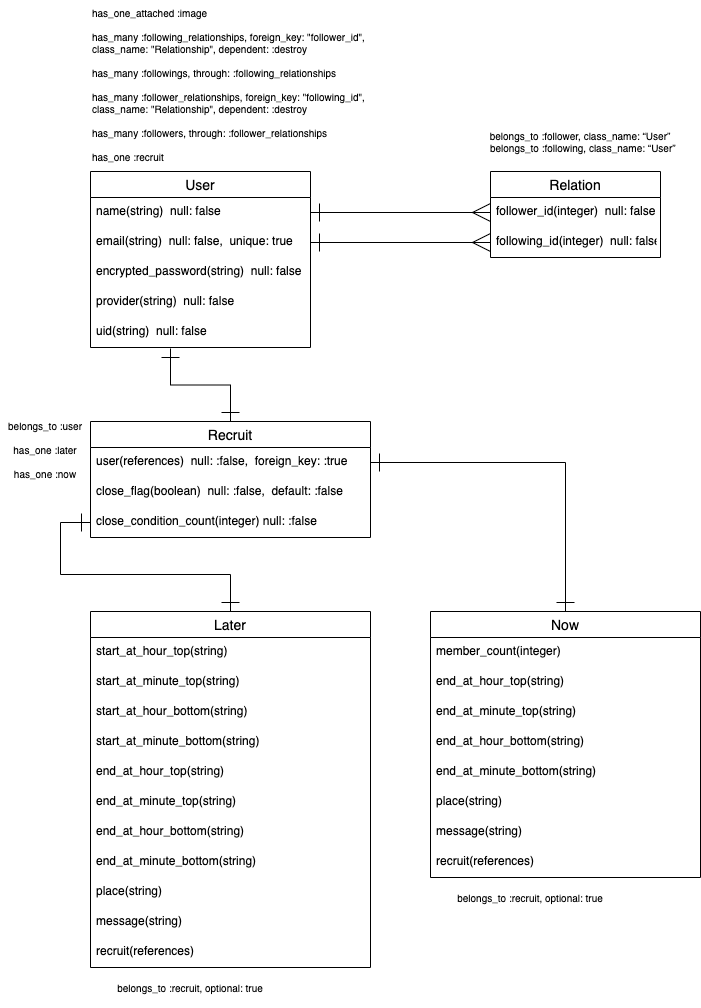
Before: er.drawio.png, a diagram exported from draw.io (moriken4320/instakt). Source tidied: cells renumbered, new cells last; positions are measured from the earlier drawing's top-left corner, leaving out a move shared by most shapes.
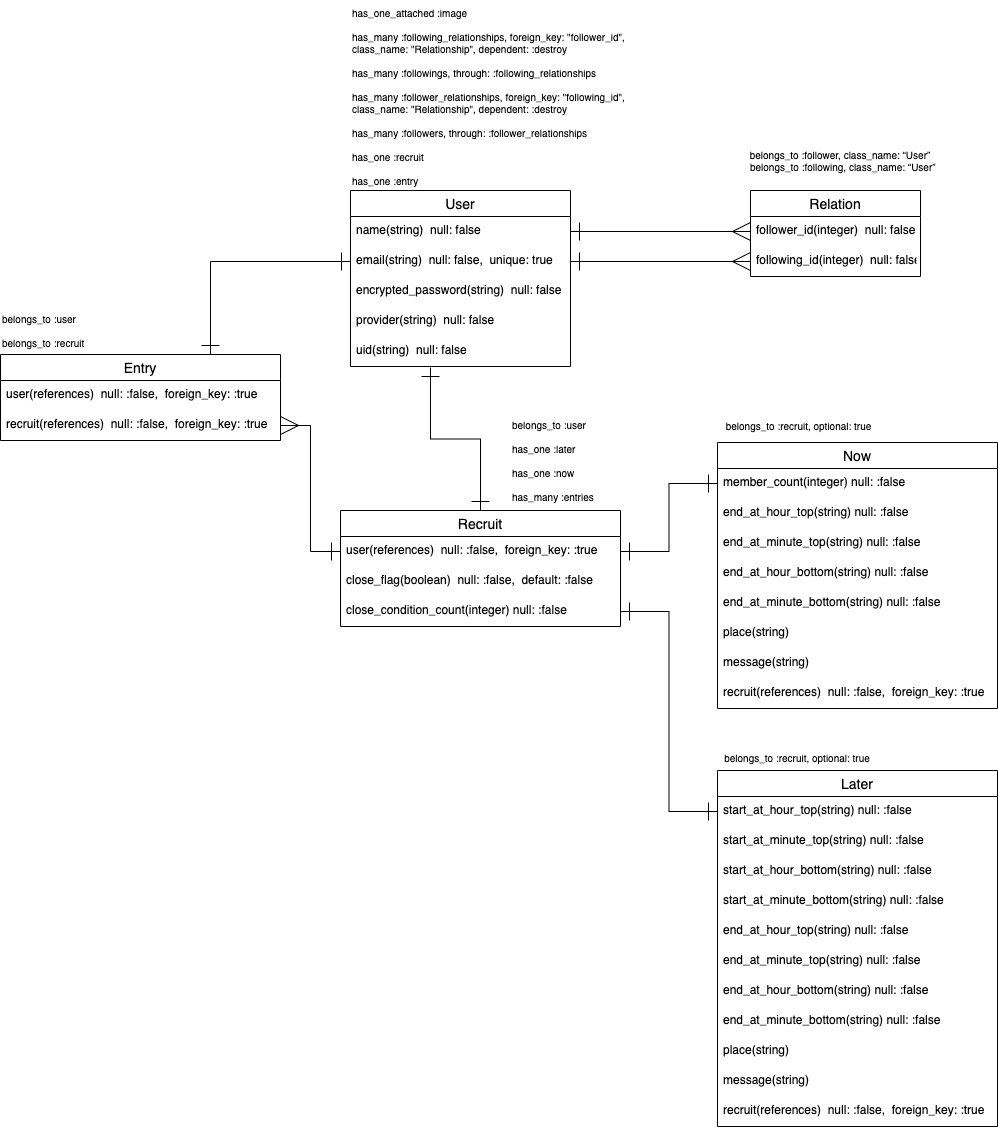
Later version of the same file.

What changed in the source:
```diff
@@ -2,8 +2,8 @@
   <root>
     <mxCell id="0" />
     <mxCell id="1" parent="0" />
-    <mxCell id="2" value="has_one_attached :image&lt;br style=&quot;font-size: 10px&quot;&gt;&lt;br style=&quot;font-size: 10px&quot;&gt;&lt;div style=&quot;font-size: 10px&quot;&gt;has_many :following_relationships, foreign_key: &quot;follower_id&quot;,&amp;nbsp;&lt;/div&gt;&lt;div style=&quot;font-size: 10px&quot;&gt;class_name: &quot;Relationship&quot;, dependent: :destroy&lt;/div&gt;&lt;div style=&quot;font-size: 10px&quot;&gt;&lt;br style=&quot;font-size: 10px&quot;&gt;&lt;/div&gt;&lt;div style=&quot;font-size: 10px&quot;&gt;has_many :followings, through: :following_relationships&lt;/div&gt;&lt;div style=&quot;font-size: 10px&quot;&gt;&lt;br style=&quot;font-size: 10px&quot;&gt;&lt;/div&gt;&lt;div style=&quot;font-size: 10px&quot;&gt;has_many :follower_relationships, foreign_key: &quot;following_id&quot;,&amp;nbsp;&lt;/div&gt;&lt;div style=&quot;font-size: 10px&quot;&gt;class_name: &quot;Relationship&quot;, dependent: :destroy&lt;/div&gt;&lt;div style=&quot;font-size: 10px&quot;&gt;&lt;br style=&quot;font-size: 10px&quot;&gt;&lt;/div&gt;&lt;div style=&quot;font-size: 10px&quot;&gt;has_many :followers, through: :follower_relationships&lt;/div&gt;&lt;div style=&quot;font-size: 10px&quot;&gt;&lt;br&gt;&lt;/div&gt;&lt;div style=&quot;font-size: 10px&quot;&gt;has_one :recruit&lt;/div&gt;" style="text;html=1;strokeColor=none;fillColor=none;align=left;verticalAlign=top;whiteSpace=wrap;rounded=0;fontSize=10;" parent="1" vertex="1">
-      <mxGeometry x="90" width="285" height="170" as="geometry" />
+    <mxCell id="2" value="has_one_attached :image&lt;br style=&quot;font-size: 10px&quot;&gt;&lt;br style=&quot;font-size: 10px&quot;&gt;&lt;div style=&quot;font-size: 10px&quot;&gt;has_many :following_relationships, foreign_key: &quot;follower_id&quot;,&amp;nbsp;&lt;/div&gt;&lt;div style=&quot;font-size: 10px&quot;&gt;class_name: &quot;Relationship&quot;, dependent: :destroy&lt;/div&gt;&lt;div style=&quot;font-size: 10px&quot;&gt;&lt;br style=&quot;font-size: 10px&quot;&gt;&lt;/div&gt;&lt;div style=&quot;font-size: 10px&quot;&gt;has_many :followings, through: :following_relationships&lt;/div&gt;&lt;div style=&quot;font-size: 10px&quot;&gt;&lt;br style=&quot;font-size: 10px&quot;&gt;&lt;/div&gt;&lt;div style=&quot;font-size: 10px&quot;&gt;has_many :follower_relationships, foreign_key: &quot;following_id&quot;,&amp;nbsp;&lt;/div&gt;&lt;div style=&quot;font-size: 10px&quot;&gt;class_name: &quot;Relationship&quot;, dependent: :destroy&lt;/div&gt;&lt;div style=&quot;font-size: 10px&quot;&gt;&lt;br style=&quot;font-size: 10px&quot;&gt;&lt;/div&gt;&lt;div style=&quot;font-size: 10px&quot;&gt;has_many :followers, through: :follower_relationships&lt;/div&gt;&lt;div style=&quot;font-size: 10px&quot;&gt;&lt;br&gt;&lt;/div&gt;&lt;div style=&quot;font-size: 10px&quot;&gt;has_one :recruit&lt;/div&gt;&lt;div style=&quot;font-size: 10px&quot;&gt;&lt;br&gt;&lt;/div&gt;&lt;div style=&quot;font-size: 10px&quot;&gt;has_one :entry&lt;/div&gt;" style="text;html=1;strokeColor=none;fillColor=none;align=left;verticalAlign=top;whiteSpace=wrap;rounded=0;fontSize=10;" parent="1" vertex="1">
+      <mxGeometry x="90" y="-19" width="285" height="189" as="geometry" />
     </mxCell>
     <mxCell id="3" style="edgeStyle=orthogonalEdgeStyle;rounded=0;jettySize=auto;html=1;exitX=1;exitY=0.5;exitDx=0;exitDy=0;entryX=0;entryY=0.5;entryDx=0;entryDy=0;endArrow=ERmany;endFill=0;endSize=16;startSize=16;startArrow=ERone;startFill=0;" parent="1" edge="1" source="11" target="17">
       <mxGeometry relative="1" as="geometry" />
@@ -19,10 +19,10 @@
         <mxPoint x="170" y="348" as="targetPoint" />
       </mxGeometry>
     </mxCell>
-    <mxCell id="7" style="edgeStyle=orthogonalEdgeStyle;rounded=0;jettySize=auto;html=1;startArrow=ERone;startFill=0;endSize=16;startSize=16;endArrow=ERone;endFill=0;exitX=0.5;exitY=0;exitDx=0;exitDy=0;entryX=0;entryY=0.5;entryDx=0;entryDy=0;" parent="1" edge="1" source="25" target="21">
+    <mxCell id="7" style="edgeStyle=orthogonalEdgeStyle;rounded=0;jettySize=auto;html=1;startArrow=ERone;startFill=0;endSize=16;startSize=16;endArrow=ERone;endFill=0;exitX=0;exitY=0.5;exitDx=0;exitDy=0;entryX=1;entryY=0.5;entryDx=0;entryDy=0;" parent="1" edge="1" source="26" target="21">
       <mxGeometry relative="1" as="geometry" />
     </mxCell>
-    <mxCell id="8" style="edgeStyle=orthogonalEdgeStyle;rounded=0;jettySize=auto;html=1;startArrow=ERone;startFill=0;endSize=16;startSize=16;endArrow=ERone;endFill=0;exitX=0.5;exitY=0;exitDx=0;exitDy=0;entryX=1;entryY=0.5;entryDx=0;entryDy=0;" parent="1" edge="1" source="37" target="19">
+    <mxCell id="8" style="edgeStyle=orthogonalEdgeStyle;rounded=0;jettySize=auto;html=1;startArrow=ERone;startFill=0;endSize=16;startSize=16;endArrow=ERone;endFill=0;exitX=0;exitY=0.5;exitDx=0;exitDy=0;entryX=1;entryY=0.5;entryDx=0;entryDy=0;" parent="1" edge="1" source="38" target="19">
       <mxGeometry relative="1" as="geometry" />
     </mxCell>
     <mxCell id="9" value="User" style="swimlane;fontStyle=0;horizontal=1;startSize=26;align=center;fontSize=14;" parent="1" vertex="1">
@@ -52,52 +52,73 @@
     <mxCell id="17" value="following_id(integer)  null: false" style="text;strokeColor=none;fillColor=none;spacingLeft=4;spacingRight=4;overflow=hidden;points=[[0,0.5],[1,0.5]];portConstraint=eastwest;fontSize=12;" parent="15" vertex="1">
       <mxGeometry y="56" width="170" height="30" as="geometry" />
     </mxCell>
-    <mxCell id="18" value="Recruit" style="swimlane;fontStyle=0;horizontal=1;startSize=26;align=center;fontSize=14;" parent="1" vertex="1">
-      <mxGeometry x="90" y="421" width="280" height="116" as="geometry" />
-    </mxCell>
-    <mxCell id="19" value="user(references)  null: :false,  foreign_key: :true" style="text;strokeColor=none;fillColor=none;spacingLeft=4;spacingRight=4;overflow=hidden;points=[[0,0.5],[1,0.5]];portConstraint=eastwest;fontSize=12;" parent="18" vertex="1">
-      <mxGeometry y="26" width="280" height="30" as="geometry" />
-    </mxCell>
-    <mxCell id="20" value="close_flag(boolean)  null: :false,  default: :false" style="text;strokeColor=none;fillColor=none;spacingLeft=4;spacingRight=4;overflow=hidden;fontSize=12;" parent="18" vertex="1">
-      <mxGeometry y="56" width="280" height="30" as="geometry" />
-    </mxCell>
-    <mxCell id="21" value="close_condition_count(integer) null: :false" style="text;strokeColor=none;fillColor=none;spacingLeft=4;spacingRight=4;overflow=hidden;points=[[0,0.5],[1,0.5]];portConstraint=eastwest;fontSize=12;" parent="18" vertex="1">
-      <mxGeometry y="86" width="280" height="30" as="geometry" />
-    </mxCell>
-    <mxCell id="22" value="&lt;div&gt;belongs_to :user&lt;/div&gt;&lt;div&gt;&lt;br&gt;&lt;/div&gt;&lt;div&gt;has_one :later&lt;/div&gt;&lt;div&gt;&lt;br&gt;&lt;/div&gt;has_one :now" style="text;html=1;strokeColor=none;fillColor=none;align=center;verticalAlign=middle;whiteSpace=wrap;rounded=0;fontSize=10;" parent="1" vertex="1">
-      <mxGeometry y="414" width="90" height="70" as="geometry" />
+    <mxCell id="22" value="&lt;div&gt;belongs_to :user&lt;/div&gt;&lt;div&gt;&lt;br&gt;&lt;/div&gt;&lt;div&gt;has_one :later&lt;/div&gt;&lt;div&gt;&lt;br&gt;&lt;/div&gt;has_one :now&lt;br&gt;&lt;br&gt;has_many :entries" style="text;html=1;strokeColor=none;fillColor=none;align=left;verticalAlign=middle;whiteSpace=wrap;rounded=0;fontSize=10;" parent="1" vertex="1">
+      <mxGeometry x="250" y="391" width="90" height="100" as="geometry" />
     </mxCell>
     <mxCell id="23" value="&lt;div&gt;belongs_to :recruit, optional: true&lt;/div&gt;" style="text;html=1;strokeColor=none;fillColor=none;align=center;verticalAlign=middle;whiteSpace=wrap;rounded=0;fontSize=10;" parent="1" vertex="1">
-      <mxGeometry x="430" y="877" width="200" height="40" as="geometry" />
+      <mxGeometry x="457" y="391" width="163" height="30" as="geometry" />
     </mxCell>
     <mxCell id="24" value="&lt;div&gt;belongs_to :recruit, optional: true&lt;/div&gt;" style="text;html=1;strokeColor=none;fillColor=none;align=center;verticalAlign=middle;whiteSpace=wrap;rounded=0;fontSize=10;" parent="1" vertex="1">
-      <mxGeometry x="90" y="967" width="200" height="40" as="geometry" />
+      <mxGeometry x="457" y="725" width="160" height="26" as="geometry" />
     </mxCell>
+    <mxCell id="46" style="edgeStyle=orthogonalEdgeStyle;rounded=0;jettySize=auto;html=1;exitX=0.75;exitY=0;exitDx=0;exitDy=0;startArrow=ERone;startFill=0;endArrow=ERone;endFill=0;endSize=16;startSize=16;" parent="1" edge="1" source="48" target="11">
+      <mxGeometry relative="1" as="geometry" />
+    </mxCell>
+    <mxCell id="47" style="edgeStyle=orthogonalEdgeStyle;rounded=0;jettySize=auto;html=1;exitX=1;exitY=0.5;exitDx=0;exitDy=0;entryX=0;entryY=0.5;entryDx=0;entryDy=0;endSize=16;startSize=16;startArrow=ERmany;startFill=0;endArrow=ERone;endFill=0;" parent="1" edge="1" source="50" target="19">
+      <mxGeometry relative="1" as="geometry" />
+    </mxCell>
+    <mxCell id="37" value="Now" style="swimlane;fontStyle=0;horizontal=1;startSize=26;align=center;fontSize=14;" parent="1" vertex="1">
+      <mxGeometry x="457" y="423" width="280" height="266" as="geometry" />
+    </mxCell>
+    <mxCell id="38" value="member_count(integer) null: :false" style="text;strokeColor=none;fillColor=none;spacingLeft=4;spacingRight=4;overflow=hidden;points=[[0,0.5],[1,0.5]];portConstraint=eastwest;fontSize=12;" parent="37" vertex="1">
+      <mxGeometry y="26" width="280" height="30" as="geometry" />
+    </mxCell>
+    <mxCell id="39" value="end_at_hour_top(string) null: :false" style="text;strokeColor=none;fillColor=none;spacingLeft=4;spacingRight=4;overflow=hidden;fontSize=12;" parent="37" vertex="1">
+      <mxGeometry y="56" width="280" height="30" as="geometry" />
+    </mxCell>
+    <mxCell id="40" value="end_at_minute_top(string) null: :false" style="text;strokeColor=none;fillColor=none;spacingLeft=4;spacingRight=4;overflow=hidden;fontSize=12;" parent="37" vertex="1">
+      <mxGeometry y="86" width="280" height="30" as="geometry" />
+    </mxCell>
+    <mxCell id="41" value="end_at_hour_bottom(string) null: :false" style="text;strokeColor=none;fillColor=none;spacingLeft=4;spacingRight=4;overflow=hidden;fontSize=12;" parent="37" vertex="1">
+      <mxGeometry y="116" width="280" height="30" as="geometry" />
+    </mxCell>
+    <mxCell id="42" value="end_at_minute_bottom(string) null: :false" style="text;strokeColor=none;fillColor=none;spacingLeft=4;spacingRight=4;overflow=hidden;fontSize=12;" parent="37" vertex="1">
+      <mxGeometry y="146" width="280" height="30" as="geometry" />
+    </mxCell>
+    <mxCell id="43" value="place(string)" style="text;strokeColor=none;fillColor=none;spacingLeft=4;spacingRight=4;overflow=hidden;fontSize=12;" parent="37" vertex="1">
+      <mxGeometry y="176" width="280" height="30" as="geometry" />
+    </mxCell>
+    <mxCell id="44" value="message(string)" style="text;strokeColor=none;fillColor=none;spacingLeft=4;spacingRight=4;overflow=hidden;fontSize=12;" parent="37" vertex="1">
+      <mxGeometry y="206" width="280" height="30" as="geometry" />
+    </mxCell>
+    <mxCell id="45" value="recruit(references)  null: :false,  foreign_key: :true" style="text;strokeColor=none;fillColor=none;spacingLeft=4;spacingRight=4;overflow=hidden;fontSize=12;" parent="37" vertex="1">
+      <mxGeometry y="236" width="280" height="30" as="geometry" />
+    </mxCell>
     <mxCell id="25" value="Later" style="swimlane;fontStyle=0;horizontal=1;startSize=26;align=center;fontSize=14;" parent="1" vertex="1">
-      <mxGeometry x="90" y="611" width="280" height="356" as="geometry" />
+      <mxGeometry x="457" y="751" width="280" height="356" as="geometry" />
     </mxCell>
-    <mxCell id="26" value="start_at_hour_top(string)" style="text;strokeColor=none;fillColor=none;spacingLeft=4;spacingRight=4;overflow=hidden;points=[[0,0.5],[1,0.5]];portConstraint=eastwest;fontSize=12;" parent="25" vertex="1">
+    <mxCell id="26" value="start_at_hour_top(string) null: :false" style="text;strokeColor=none;fillColor=none;spacingLeft=4;spacingRight=4;overflow=hidden;points=[[0,0.5],[1,0.5]];portConstraint=eastwest;fontSize=12;" parent="25" vertex="1">
       <mxGeometry y="26" width="280" height="30" as="geometry" />
     </mxCell>
-    <mxCell id="27" value="start_at_minute_top(string)" style="text;strokeColor=none;fillColor=none;spacingLeft=4;spacingRight=4;overflow=hidden;fontSize=12;" parent="25" vertex="1">
+    <mxCell id="27" value="start_at_minute_top(string) null: :false" style="text;strokeColor=none;fillColor=none;spacingLeft=4;spacingRight=4;overflow=hidden;fontSize=12;" parent="25" vertex="1">
       <mxGeometry y="56" width="280" height="30" as="geometry" />
     </mxCell>
-    <mxCell id="28" value="start_at_hour_bottom(string)" style="text;strokeColor=none;fillColor=none;spacingLeft=4;spacingRight=4;overflow=hidden;fontSize=12;" parent="25" vertex="1">
+    <mxCell id="28" value="start_at_hour_bottom(string) null: :false" style="text;strokeColor=none;fillColor=none;spacingLeft=4;spacingRight=4;overflow=hidden;fontSize=12;" parent="25" vertex="1">
       <mxGeometry y="86" width="280" height="30" as="geometry" />
     </mxCell>
-    <mxCell id="29" value="start_at_minute_bottom(string)" style="text;strokeColor=none;fillColor=none;spacingLeft=4;spacingRight=4;overflow=hidden;fontSize=12;" parent="25" vertex="1">
+    <mxCell id="29" value="start_at_minute_bottom(string) null: :false" style="text;strokeColor=none;fillColor=none;spacingLeft=4;spacingRight=4;overflow=hidden;fontSize=12;" parent="25" vertex="1">
       <mxGeometry y="116" width="280" height="30" as="geometry" />
     </mxCell>
-    <mxCell id="30" value="end_at_hour_top(string)" style="text;strokeColor=none;fillColor=none;spacingLeft=4;spacingRight=4;overflow=hidden;fontSize=12;" parent="25" vertex="1">
+    <mxCell id="30" value="end_at_hour_top(string) null: :false" style="text;strokeColor=none;fillColor=none;spacingLeft=4;spacingRight=4;overflow=hidden;fontSize=12;" parent="25" vertex="1">
       <mxGeometry y="146" width="280" height="30" as="geometry" />
     </mxCell>
-    <mxCell id="31" value="end_at_minute_top(string)" style="text;strokeColor=none;fillColor=none;spacingLeft=4;spacingRight=4;overflow=hidden;fontSize=12;" parent="25" vertex="1">
+    <mxCell id="31" value="end_at_minute_top(string) null: :false" style="text;strokeColor=none;fillColor=none;spacingLeft=4;spacingRight=4;overflow=hidden;fontSize=12;" parent="25" vertex="1">
       <mxGeometry y="176" width="280" height="30" as="geometry" />
     </mxCell>
-    <mxCell id="32" value="end_at_hour_bottom(string)" style="text;strokeColor=none;fillColor=none;spacingLeft=4;spacingRight=4;overflow=hidden;fontSize=12;" parent="25" vertex="1">
+    <mxCell id="32" value="end_at_hour_bottom(string) null: :false" style="text;strokeColor=none;fillColor=none;spacingLeft=4;spacingRight=4;overflow=hidden;fontSize=12;" parent="25" vertex="1">
       <mxGeometry y="206" width="280" height="30" as="geometry" />
     </mxCell>
-    <mxCell id="33" value="end_at_minute_bottom(string)" style="text;strokeColor=none;fillColor=none;spacingLeft=4;spacingRight=4;overflow=hidden;fontSize=12;" parent="25" vertex="1">
+    <mxCell id="33" value="end_at_minute_bottom(string) null: :false" style="text;strokeColor=none;fillColor=none;spacingLeft=4;spacingRight=4;overflow=hidden;fontSize=12;" parent="25" vertex="1">
       <mxGeometry y="236" width="280" height="30" as="geometry" />
     </mxCell>
     <mxCell id="34" value="place(string)" style="text;strokeColor=none;fillColor=none;spacingLeft=4;spacingRight=4;overflow=hidden;fontSize=12;" parent="25" vertex="1">
@@ -106,35 +127,32 @@
     <mxCell id="35" value="message(string)" style="text;strokeColor=none;fillColor=none;spacingLeft=4;spacingRight=4;overflow=hidden;fontSize=12;" parent="25" vertex="1">
       <mxGeometry y="296" width="280" height="30" as="geometry" />
     </mxCell>
-    <mxCell id="36" value="recruit(references)" style="text;strokeColor=none;fillColor=none;spacingLeft=4;spacingRight=4;overflow=hidden;fontSize=12;" parent="25" vertex="1">
+    <mxCell id="36" value="recruit(references)  null: :false,  foreign_key: :true" style="text;strokeColor=none;fillColor=none;spacingLeft=4;spacingRight=4;overflow=hidden;fontSize=12;" parent="25" vertex="1">
       <mxGeometry y="326" width="280" height="30" as="geometry" />
     </mxCell>
-    <mxCell id="37" value="Now" style="swimlane;fontStyle=0;horizontal=1;startSize=26;align=center;fontSize=14;" parent="1" vertex="1">
-      <mxGeometry x="430" y="611" width="270" height="266" as="geometry" />
-    </mxCell>
-    <mxCell id="38" value="member_count(integer)" style="text;strokeColor=none;fillColor=none;spacingLeft=4;spacingRight=4;overflow=hidden;points=[[0,0.5],[1,0.5]];portConstraint=eastwest;fontSize=12;" parent="37" vertex="1">
-      <mxGeometry y="26" width="270" height="30" as="geometry" />
-    </mxCell>
-    <mxCell id="39" value="end_at_hour_top(string)" style="text;strokeColor=none;fillColor=none;spacingLeft=4;spacingRight=4;overflow=hidden;fontSize=12;" parent="37" vertex="1">
-      <mxGeometry y="56" width="270" height="30" as="geometry" />
-    </mxCell>
-    <mxCell id="40" value="end_at_minute_top(string)" style="text;strokeColor=none;fillColor=none;spacingLeft=4;spacingRight=4;overflow=hidden;fontSize=12;" parent="37" vertex="1">
-      <mxGeometry y="86" width="270" height="30" as="geometry" />
-    </mxCell>
-    <mxCell id="41" value="end_at_hour_bottom(string)" style="text;strokeColor=none;fillColor=none;spacingLeft=4;spacingRight=4;overflow=hidden;fontSize=12;" parent="37" vertex="1">
-      <mxGeometry y="116" width="270" height="30" as="geometry" />
-    </mxCell>
-    <mxCell id="42" value="end_at_minute_bottom(string)" style="text;strokeColor=none;fillColor=none;spacingLeft=4;spacingRight=4;overflow=hidden;fontSize=12;" parent="37" vertex="1">
-      <mxGeometry y="146" width="270" height="30" as="geometry" />
-    </mxCell>
-    <mxCell id="43" value="place(string)" style="text;strokeColor=none;fillColor=none;spacingLeft=4;spacingRight=4;overflow=hidden;fontSize=12;" parent="37" vertex="1">
-      <mxGeometry y="176" width="270" height="30" as="geometry" />
-    </mxCell>
-    <mxCell id="44" value="message(string)" style="text;strokeColor=none;fillColor=none;spacingLeft=4;spacingRight=4;overflow=hidden;fontSize=12;" parent="37" vertex="1">
-      <mxGeometry y="206" width="270" height="30" as="geometry" />
-    </mxCell>
-    <mxCell id="45" value="recruit(references)" style="text;strokeColor=none;fillColor=none;spacingLeft=4;spacingRight=4;overflow=hidden;fontSize=12;" parent="37" vertex="1">
-      <mxGeometry y="236" width="270" height="30" as="geometry" />
-    </mxCell>
+    <mxCell id="48" value="Entry" style="swimlane;fontStyle=0;horizontal=1;startSize=26;align=center;fontSize=14;" parent="1" vertex="1">
+      <mxGeometry x="-260" y="335" width="280" height="86" as="geometry" />
+    </mxCell>
+    <mxCell id="49" value="user(references)  null: :false,  foreign_key: :true" style="text;strokeColor=none;fillColor=none;spacingLeft=4;spacingRight=4;overflow=hidden;fontSize=12;" parent="48" vertex="1">
+      <mxGeometry y="26" width="280" height="30" as="geometry" />
+    </mxCell>
+    <mxCell id="50" value="recruit(references)  null: :false,  foreign_key: :true" style="text;strokeColor=none;fillColor=none;spacingLeft=4;spacingRight=4;overflow=hidden;points=[[0,0.5],[1,0.5]];portConstraint=eastwest;fontSize=12;" parent="48" vertex="1">
+      <mxGeometry y="56" width="280" height="30" as="geometry" />
+    </mxCell>
+    <mxCell id="18" value="Recruit" style="swimlane;fontStyle=0;horizontal=1;startSize=26;align=center;fontSize=14;" parent="1" vertex="1">
+      <mxGeometry x="80" y="491" width="280" height="116" as="geometry" />
+    </mxCell>
+    <mxCell id="19" value="user(references)  null: :false,  foreign_key: :true" style="text;strokeColor=none;fillColor=none;spacingLeft=4;spacingRight=4;overflow=hidden;points=[[0,0.5],[1,0.5]];portConstraint=eastwest;fontSize=12;" parent="18" vertex="1">
+      <mxGeometry y="26" width="280" height="30" as="geometry" />
+    </mxCell>
+    <mxCell id="20" value="close_flag(boolean)  null: :false,  default: :false" style="text;strokeColor=none;fillColor=none;spacingLeft=4;spacingRight=4;overflow=hidden;fontSize=12;" parent="18" vertex="1">
+      <mxGeometry y="56" width="280" height="30" as="geometry" />
+    </mxCell>
+    <mxCell id="21" value="close_condition_count(integer) null: :false" style="text;strokeColor=none;fillColor=none;spacingLeft=4;spacingRight=4;overflow=hidden;points=[[0,0.5],[1,0.5]];portConstraint=eastwest;fontSize=12;" parent="18" vertex="1">
+      <mxGeometry y="86" width="280" height="30" as="geometry" />
+    </mxCell>
+    <mxCell id="51" value="&lt;div&gt;belongs_to :user&lt;/div&gt;&lt;div&gt;&lt;br&gt;&lt;/div&gt;&lt;div&gt;belongs_to :recruit&lt;/div&gt;" style="text;html=1;strokeColor=none;fillColor=none;align=left;verticalAlign=middle;whiteSpace=wrap;rounded=0;fontSize=10;" parent="1" vertex="1">
+      <mxGeometry x="-260" y="291" width="90" height="40" as="geometry" />
+    </mxCell>
   </root>
 </mxGraphModel>
```
